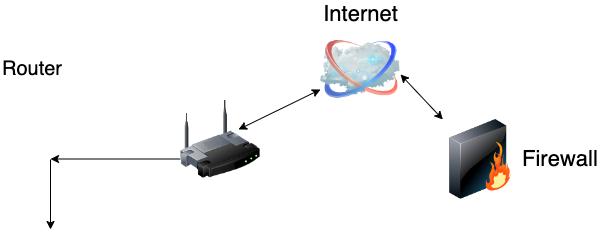
ronaldos21/AccessControlDiagramHW keeps this draw.io diagram as DiagramGraph/NACDiagram.drawio.png. Above is the earlier version. Source tidied: cells renumbered, new cells last; positions are measured from the earlier drawing's top-left corner, leaving out a move shared by most shapes.
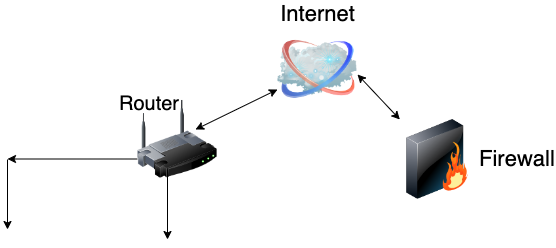
After the commit.

Diff of the diagram source:
```diff
@@ -12,7 +12,7 @@
       <mxGeometry x="440" y="90" width="80" height="80" as="geometry" />
     </mxCell>
     <mxCell id="5" value="&lt;h1 style=&quot;&quot;&gt;&lt;span style=&quot;font-weight: normal;&quot;&gt;&lt;font style=&quot;font-size: 20px;&quot;&gt;Router&lt;/font&gt;&lt;/span&gt;&lt;/h1&gt;" style="text;html=1;strokeColor=none;fillColor=none;align=left;verticalAlign=middle;whiteSpace=wrap;rounded=0;fontFamily=Helvetica;fontSize=18;" parent="1" vertex="1">
-      <mxGeometry y="20" width="70" height="25" as="geometry" />
+      <mxGeometry x="160" y="55" width="70" height="25" as="geometry" />
     </mxCell>
     <mxCell id="6" style="endArrow=classic;startArrow=classic;html=1;rounded=0;" parent="1" edge="1" source="4">
       <mxGeometry relative="1" as="geometry">
@@ -36,5 +36,14 @@
         <mxPoint x="50" y="200" as="targetPoint" />
       </mxGeometry>
     </mxCell>
+    <mxCell id="10" style="edgeStyle=orthogonalEdgeStyle;rounded=0;orthogonalLoop=1;jettySize=auto;html=1;exitX=0.5;exitY=1;exitDx=0;exitDy=0;" parent="1" edge="1" source="5" target="5">
+      <mxGeometry relative="1" as="geometry" />
+    </mxCell>
+    <mxCell id="11" style="endArrow=classic;html=1;rounded=0;" parent="1" edge="1">
+      <mxGeometry relative="1" as="geometry">
+        <mxPoint x="210" y="140" as="sourcePoint" />
+        <mxPoint x="210" y="210" as="targetPoint" />
+      </mxGeometry>
+    </mxCell>
   </root>
 </mxGraphModel>
```
